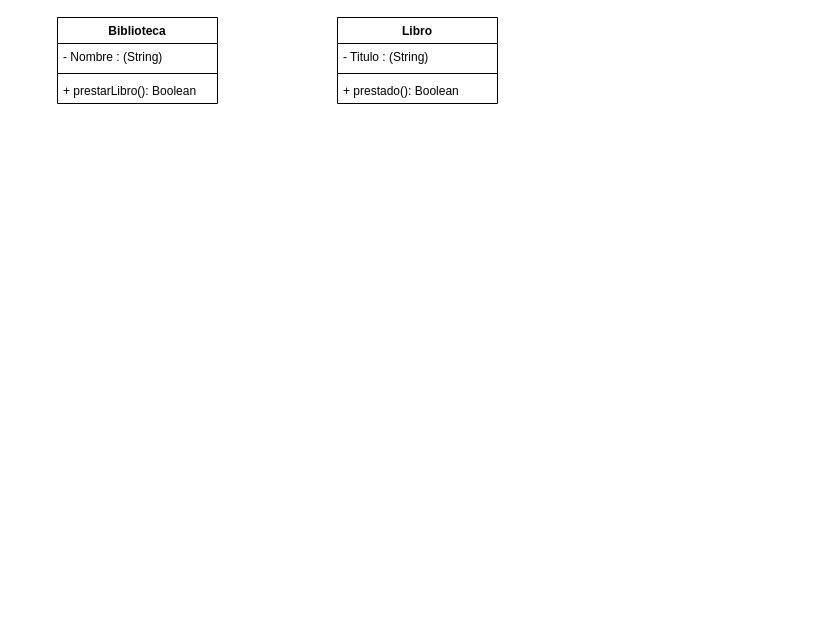
Above: Ejercicio Guiado.drawio in Rekitt014/PRUEBA-FORTU (draw.io), before the change. Source tidied: cells renumbered, new cells numbered last; positions are measured from the earlier drawing's top-left corner, leaving out a move shared by most shapes. Both pictures are drawn from the tidied source at 100%, with x=0, y=0 at pixel (57, 17).
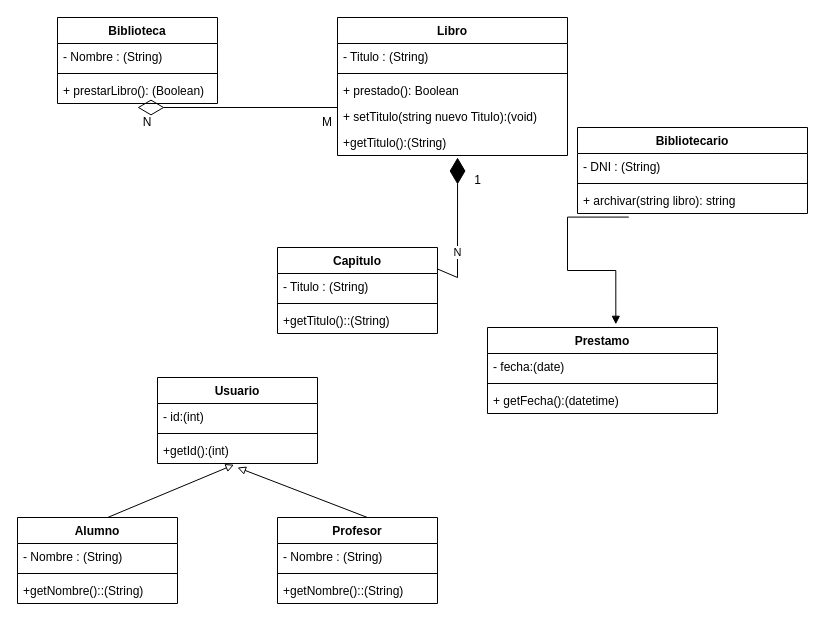
Above is the later version.

Unchanged cells that the change refers to:
```xml
<mxCell id="2" value="Biblioteca" style="swimlane;fontStyle=1;align=center;verticalAlign=top;horizontal=1;startSize=26;whiteSpace=wrap;html=1;" parent="1" vertex="1">
  <mxGeometry width="160" height="86" as="geometry" />
</mxCell>
```

Change to the diagram source:
```diff
@@
-    <mxCell id="5" value="+ prestarLibro(): Boolean" style="text;strokeColor=none;fillColor=none;align=left;verticalAlign=top;spacingLeft=4;spacingRight=4;overflow=hidden;points=[[0,0.5],[1,0.5]];portConstraint=eastwest;whiteSpace=wrap;html=1;" parent="2" vertex="1">
+    <mxCell id="5" value="+ prestarLibro(): (Boolean)" style="text;strokeColor=none;fillColor=none;align=left;verticalAlign=top;spacingLeft=4;spacingRight=4;overflow=hidden;points=[[0,0.5],[1,0.5]];portConstraint=eastwest;whiteSpace=wrap;html=1;" parent="2" vertex="1">
       <mxGeometry y="60" width="160" height="26" as="geometry" />
     </mxCell>
     <mxCell id="6" value="Libro" style="swimlane;fontStyle=1;align=center;verticalAlign=top;horizontal=1;startSize=26;whiteSpace=wrap;html=1;" parent="1" vertex="1">
-      <mxGeometry x="280" width="160" height="86" as="geometry" />
+      <mxGeometry x="280" width="230" height="138" as="geometry" />
     </mxCell>
     <mxCell id="7" value="- Titulo : (String)" style="text;strokeColor=none;fillColor=none;align=left;verticalAlign=top;spacingLeft=4;spacingRight=4;overflow=hidden;whiteSpace=wrap;html=1;" parent="6" vertex="1">
-      <mxGeometry y="26" width="160" height="26" as="geometry" />
+      <mxGeometry y="26" width="230" height="26" as="geometry" />
     </mxCell>
     <mxCell id="8" style="line;strokeWidth=1;fillColor=none;align=left;verticalAlign=middle;spacingTop=-1;spacingLeft=3;spacingRight=3;labelPosition=right;strokeColor=inherit;" parent="6" vertex="1">
-      <mxGeometry y="52" width="160" height="8" as="geometry" />
+      <mxGeometry y="52" width="230" height="8" as="geometry" />
     </mxCell>
     <mxCell id="9" value="+ prestado(): Boolean" style="text;strokeColor=none;fillColor=none;align=left;verticalAlign=top;spacingLeft=4;spacingRight=4;overflow=hidden;whiteSpace=wrap;html=1;" parent="6" vertex="1">
-      <mxGeometry y="60" width="160" height="26" as="geometry" />
+      <mxGeometry y="60" width="230" height="26" as="geometry" />
     </mxCell>
+    <mxCell id="10" value="+ setTitulo(string nuevo Titulo):(void)" style="text;strokeColor=none;fillColor=none;align=left;verticalAlign=top;spacingLeft=4;spacingRight=4;overflow=hidden;points=[[0,0.5],[1,0.5]];portConstraint=eastwest;whiteSpace=wrap;html=1;" parent="6" vertex="1">
+      <mxGeometry y="86" width="230" height="26" as="geometry" />
+    </mxCell>
+    <mxCell id="11" value="+getTitulo():(String)" style="text;strokeColor=none;fillColor=none;align=left;verticalAlign=top;spacingLeft=4;spacingRight=4;overflow=hidden;points=[[0,0.5],[1,0.5]];portConstraint=eastwest;whiteSpace=wrap;html=1;" parent="6" vertex="1">
+      <mxGeometry y="112" width="230" height="26" as="geometry" />
+    </mxCell>
+    <mxCell id="12" style="endArrow=diamondThin;endFill=0;endSize=24;html=1;rounded=0;entryX=0.5;entryY=1.154;entryDx=0;entryDy=0;entryPerimeter=0;exitX=0;exitY=0.154;exitDx=0;exitDy=0;exitPerimeter=0;" parent="1" edge="1" source="10" target="5">
+      <mxGeometry relative="1" as="geometry" />
+    </mxCell>
+    <mxCell id="13" value="N" style="text;html=1;align=center;verticalAlign=middle;whiteSpace=wrap;rounded=0;" parent="1" vertex="1">
+      <mxGeometry x="60" y="90" width="60" height="30" as="geometry" />
+    </mxCell>
+    <mxCell id="14" value="M" style="text;html=1;align=center;verticalAlign=middle;whiteSpace=wrap;rounded=0;" parent="1" vertex="1">
+      <mxGeometry x="240" y="90" width="60" height="30" as="geometry" />
+    </mxCell>
+    <mxCell id="15" value="Capitulo" style="swimlane;fontStyle=1;align=center;verticalAlign=top;horizontal=1;startSize=26;whiteSpace=wrap;html=1;" parent="1" vertex="1">
+      <mxGeometry x="220" y="230" width="160" height="86" as="geometry" />
+    </mxCell>
+    <mxCell id="16" value="- Titulo : (String)" style="text;strokeColor=none;fillColor=none;align=left;verticalAlign=top;spacingLeft=4;spacingRight=4;overflow=hidden;whiteSpace=wrap;html=1;" parent="15" vertex="1">
+      <mxGeometry y="26" width="160" height="26" as="geometry" />
+    </mxCell>
+    <mxCell id="17" style="line;strokeWidth=1;fillColor=none;align=left;verticalAlign=middle;spacingTop=-1;spacingLeft=3;spacingRight=3;labelPosition=right;strokeColor=inherit;" parent="15" vertex="1">
+      <mxGeometry y="52" width="160" height="8" as="geometry" />
+    </mxCell>
+    <mxCell id="18" value="+getTitulo()::(String)" style="text;strokeColor=none;fillColor=none;align=left;verticalAlign=top;spacingLeft=4;spacingRight=4;overflow=hidden;whiteSpace=wrap;html=1;" parent="15" vertex="1">
+      <mxGeometry y="60" width="160" height="26" as="geometry" />
+    </mxCell>
+    <mxCell id="19" style="endArrow=diamondThin;endFill=1;endSize=24;html=1;rounded=0;entryX=0.522;entryY=1.077;entryDx=0;entryDy=0;entryPerimeter=0;exitX=1;exitY=0.25;exitDx=0;exitDy=0;" parent="1" edge="1" source="15" target="11">
+      <mxGeometry relative="1" as="geometry">
+        <Array as="points">
+          <mxPoint x="400" y="260" />
+        </Array>
+      </mxGeometry>
+    </mxCell>
+    <mxCell id="20" value="N" style="edgeLabel;html=1;align=center;verticalAlign=middle;" parent="19" vertex="1">
+      <mxGeometry x="-0.34" y="1" relative="1" as="geometry" />
+    </mxCell>
+    <mxCell id="21" value="1" style="text;html=1;align=center;verticalAlign=middle;strokeColor=none;fillColor=none;" parent="1" vertex="1">
+      <mxGeometry x="405" y="148" width="30" height="30" as="geometry" />
+    </mxCell>
+    <mxCell id="22" value="Bibliotecario" style="swimlane;fontStyle=1;align=center;verticalAlign=top;horizontal=1;startSize=26;whiteSpace=wrap;html=1;" parent="1" vertex="1">
+      <mxGeometry x="520" y="110" width="230" height="86" as="geometry" />
+    </mxCell>
+    <mxCell id="23" value="- DNI : (String)" style="text;strokeColor=none;fillColor=none;align=left;verticalAlign=top;spacingLeft=4;spacingRight=4;overflow=hidden;whiteSpace=wrap;html=1;" parent="22" vertex="1">
+      <mxGeometry y="26" width="230" height="26" as="geometry" />
+    </mxCell>
+    <mxCell id="24" style="line;strokeWidth=1;fillColor=none;align=left;verticalAlign=middle;spacingTop=-1;spacingLeft=3;spacingRight=3;labelPosition=right;strokeColor=inherit;" parent="22" vertex="1">
+      <mxGeometry y="52" width="230" height="8" as="geometry" />
+    </mxCell>
+    <mxCell id="25" value="+ archivar(string libro): string" style="text;strokeColor=none;fillColor=none;align=left;verticalAlign=top;spacingLeft=4;spacingRight=4;overflow=hidden;points=[[0,0.5],[1,0.5]];portConstraint=eastwest;whiteSpace=wrap;html=1;" parent="22" vertex="1">
+      <mxGeometry y="60" width="230" height="26" as="geometry" />
+    </mxCell>
+    <mxCell id="26" value="Prestamo" style="swimlane;fontStyle=1;align=center;verticalAlign=top;horizontal=1;startSize=26;whiteSpace=wrap;html=1;" parent="1" vertex="1">
+      <mxGeometry x="430" y="310" width="230" height="86" as="geometry" />
+    </mxCell>
+    <mxCell id="27" value="- fecha:(date)" style="text;strokeColor=none;fillColor=none;align=left;verticalAlign=top;spacingLeft=4;spacingRight=4;overflow=hidden;whiteSpace=wrap;html=1;" parent="26" vertex="1">
+      <mxGeometry y="26" width="230" height="26" as="geometry" />
+    </mxCell>
+    <mxCell id="28" style="line;strokeWidth=1;fillColor=none;align=left;verticalAlign=middle;spacingTop=-1;spacingLeft=3;spacingRight=3;labelPosition=right;strokeColor=inherit;" parent="26" vertex="1">
+      <mxGeometry y="52" width="230" height="8" as="geometry" />
+    </mxCell>
+    <mxCell id="29" value="+ getFecha():(datetime)" style="text;strokeColor=none;fillColor=none;align=left;verticalAlign=top;spacingLeft=4;spacingRight=4;overflow=hidden;whiteSpace=wrap;html=1;" parent="26" vertex="1">
+      <mxGeometry y="60" width="230" height="26" as="geometry" />
+    </mxCell>
+    <mxCell id="30" style="endArrow=block;endFill=1;html=1;edgeStyle=orthogonalEdgeStyle;align=left;verticalAlign=top;rounded=0;entryX=0.558;entryY=-0.037;entryDx=0;entryDy=0;entryPerimeter=0;exitX=0.223;exitY=1.138;exitDx=0;exitDy=0;exitPerimeter=0;" parent="1" edge="1" source="25" target="26">
+      <mxGeometry x="-1" relative="1" as="geometry" />
+    </mxCell>
+    <mxCell id="31" value="Usuario" style="swimlane;fontStyle=1;align=center;verticalAlign=top;horizontal=1;startSize=26;whiteSpace=wrap;html=1;" parent="1" vertex="1">
+      <mxGeometry x="100" y="360" width="160" height="86" as="geometry" />
+    </mxCell>
+    <mxCell id="32" value="- id:(int)" style="text;strokeColor=none;fillColor=none;align=left;verticalAlign=top;spacingLeft=4;spacingRight=4;overflow=hidden;whiteSpace=wrap;html=1;" parent="31" vertex="1">
+      <mxGeometry y="26" width="160" height="26" as="geometry" />
+    </mxCell>
+    <mxCell id="33" style="line;strokeWidth=1;fillColor=none;align=left;verticalAlign=middle;spacingTop=-1;spacingLeft=3;spacingRight=3;labelPosition=right;strokeColor=inherit;" parent="31" vertex="1">
+      <mxGeometry y="52" width="160" height="8" as="geometry" />
+    </mxCell>
+    <mxCell id="34" value="+getId():(int)" style="text;strokeColor=none;fillColor=none;align=left;verticalAlign=top;spacingLeft=4;spacingRight=4;overflow=hidden;points=[[0,0.5],[1,0.5]];portConstraint=eastwest;whiteSpace=wrap;html=1;" parent="31" vertex="1">
+      <mxGeometry y="60" width="160" height="26" as="geometry" />
+    </mxCell>
+    <mxCell id="35" value="Alumno" style="swimlane;fontStyle=1;align=center;verticalAlign=top;horizontal=1;startSize=26;whiteSpace=wrap;html=1;" parent="1" vertex="1">
+      <mxGeometry x="-40" y="500" width="160" height="86" as="geometry" />
+    </mxCell>
+    <mxCell id="36" value="- Nombre : (String)" style="text;strokeColor=none;fillColor=none;align=left;verticalAlign=top;spacingLeft=4;spacingRight=4;overflow=hidden;whiteSpace=wrap;html=1;" parent="35" vertex="1">
+      <mxGeometry y="26" width="160" height="26" as="geometry" />
+    </mxCell>
+    <mxCell id="37" style="line;strokeWidth=1;fillColor=none;align=left;verticalAlign=middle;spacingTop=-1;spacingLeft=3;spacingRight=3;labelPosition=right;strokeColor=inherit;" parent="35" vertex="1">
+      <mxGeometry y="52" width="160" height="8" as="geometry" />
+    </mxCell>
+    <mxCell id="38" value="+getNombre()::(String)" style="text;strokeColor=none;fillColor=none;align=left;verticalAlign=top;spacingLeft=4;spacingRight=4;overflow=hidden;whiteSpace=wrap;html=1;" parent="35" vertex="1">
+      <mxGeometry y="60" width="160" height="26" as="geometry" />
+    </mxCell>
+    <mxCell id="39" style="endArrow=block;html=1;rounded=0;exitX=0.563;exitY=0;exitDx=0;exitDy=0;exitPerimeter=0;entryX=0.478;entryY=1.046;entryDx=0;entryDy=0;entryPerimeter=0;endFill=0;" parent="1" edge="1" source="35" target="34">
+      <mxGeometry relative="1" as="geometry" />
+    </mxCell>
+    <mxCell id="40" style="endArrow=block;html=1;rounded=0;exitX=0.5;exitY=0;exitDx=0;exitDy=0;entryX=0.5;entryY=1.154;entryDx=0;entryDy=0;entryPerimeter=0;endFill=0;" parent="1" edge="1" target="34">
+      <mxGeometry relative="1" as="geometry">
+        <mxPoint x="310" y="500" as="sourcePoint" />
+      </mxGeometry>
+    </mxCell>
+    <mxCell id="41" value="Profesor" style="swimlane;fontStyle=1;align=center;verticalAlign=top;horizontal=1;startSize=26;whiteSpace=wrap;html=1;" parent="1" vertex="1">
+      <mxGeometry x="220" y="500" width="160" height="86" as="geometry" />
+    </mxCell>
+    <mxCell id="42" value="- Nombre : (String)" style="text;strokeColor=none;fillColor=none;align=left;verticalAlign=top;spacingLeft=4;spacingRight=4;overflow=hidden;whiteSpace=wrap;html=1;" parent="41" vertex="1">
+      <mxGeometry y="26" width="160" height="26" as="geometry" />
+    </mxCell>
+    <mxCell id="43" style="line;strokeWidth=1;fillColor=none;align=left;verticalAlign=middle;spacingTop=-1;spacingLeft=3;spacingRight=3;labelPosition=right;strokeColor=inherit;" parent="41" vertex="1">
+      <mxGeometry y="52" width="160" height="8" as="geometry" />
+    </mxCell>
+    <mxCell id="44" value="+getNombre()::(String)" style="text;strokeColor=none;fillColor=none;align=left;verticalAlign=top;spacingLeft=4;spacingRight=4;overflow=hidden;whiteSpace=wrap;html=1;" parent="41" vertex="1">
+      <mxGeometry y="60" width="160" height="26" as="geometry" />
+    </mxCell>
```
